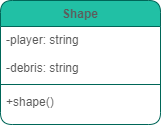
The draw.io diagram Assignments/A07/Shape.png in LoicKonan/2143-OOP-Konan, before a commit. Source tidied: cells renumbered, new cells last; positions are measured from the earlier drawing's top-left corner, leaving out a move shared by most shapes. The source it was exported from:
```xml
<mxGraphModel>
  <root>
    <mxCell id="0" />
    <mxCell id="1" parent="0" />
    <mxCell id="2" value="Shape" style="swimlane;fontStyle=1;align=center;verticalAlign=top;horizontal=1;startSize=26;shadow=0;strokeWidth=1;rounded=1;fillColor=#21C0A5;strokeColor=#006658;fontColor=#5C5C5C;" parent="1" vertex="1">
      <mxGeometry width="160" height="124" as="geometry" />
    </mxCell>
    <mxCell id="3" value="-player: string&#10;&#10;-debris: string" style="text;align=left;verticalAlign=top;spacingLeft=4;spacingRight=4;overflow=hidden;rounded=1;fontColor=#5C5C5C;" parent="2" vertex="1">
      <mxGeometry y="26" width="160" height="54" as="geometry" />
    </mxCell>
    <mxCell id="4" style="line;html=1;strokeWidth=1;align=left;verticalAlign=middle;spacingTop=-1;spacingLeft=3;spacingRight=3;labelPosition=right;rounded=1;fillColor=#21C0A5;strokeColor=#006658;fontColor=#5C5C5C;" parent="2" vertex="1">
      <mxGeometry y="80" width="160" height="8" as="geometry" />
    </mxCell>
    <mxCell id="5" value="+shape()" style="text;align=left;verticalAlign=top;spacingLeft=4;spacingRight=4;overflow=hidden;shadow=0;html=0;rounded=1;fontColor=#5C5C5C;" parent="2" vertex="1">
      <mxGeometry y="88" width="160" height="26" as="geometry" />
    </mxCell>
  </root>
</mxGraphModel>
```
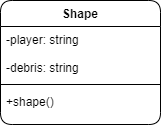
The same file after the commit.

Diff of the diagram source:
```diff
@@ -2,16 +2,16 @@
   <root>
     <mxCell id="0" />
     <mxCell id="1" parent="0" />
-    <mxCell id="2" value="Shape" style="swimlane;fontStyle=1;align=center;verticalAlign=top;horizontal=1;startSize=26;shadow=0;strokeWidth=1;rounded=1;fillColor=#21C0A5;strokeColor=#006658;fontColor=#5C5C5C;" parent="1" vertex="1">
+    <mxCell id="2" value="Shape" style="swimlane;fontStyle=1;align=center;verticalAlign=top;horizontal=1;startSize=26;shadow=0;strokeWidth=1;rounded=1;" parent="1" vertex="1">
       <mxGeometry width="160" height="124" as="geometry" />
     </mxCell>
-    <mxCell id="3" value="-player: string&#10;&#10;-debris: string" style="text;align=left;verticalAlign=top;spacingLeft=4;spacingRight=4;overflow=hidden;rounded=1;fontColor=#5C5C5C;" parent="2" vertex="1">
+    <mxCell id="3" value="-player: string&#10;&#10;-debris: string" style="text;align=left;verticalAlign=top;spacingLeft=4;spacingRight=4;overflow=hidden;rounded=1;" parent="2" vertex="1">
       <mxGeometry y="26" width="160" height="54" as="geometry" />
     </mxCell>
-    <mxCell id="4" style="line;html=1;strokeWidth=1;align=left;verticalAlign=middle;spacingTop=-1;spacingLeft=3;spacingRight=3;labelPosition=right;rounded=1;fillColor=#21C0A5;strokeColor=#006658;fontColor=#5C5C5C;" parent="2" vertex="1">
+    <mxCell id="4" style="line;html=1;strokeWidth=1;align=left;verticalAlign=middle;spacingTop=-1;spacingLeft=3;spacingRight=3;labelPosition=right;rounded=1;" parent="2" vertex="1">
       <mxGeometry y="80" width="160" height="8" as="geometry" />
     </mxCell>
-    <mxCell id="5" value="+shape()" style="text;align=left;verticalAlign=top;spacingLeft=4;spacingRight=4;overflow=hidden;shadow=0;html=0;rounded=1;fontColor=#5C5C5C;" parent="2" vertex="1">
+    <mxCell id="5" value="+shape()" style="text;align=left;verticalAlign=top;spacingLeft=4;spacingRight=4;overflow=hidden;shadow=0;html=0;rounded=1;" parent="2" vertex="1">
       <mxGeometry y="88" width="160" height="26" as="geometry" />
     </mxCell>
   </root>
```
